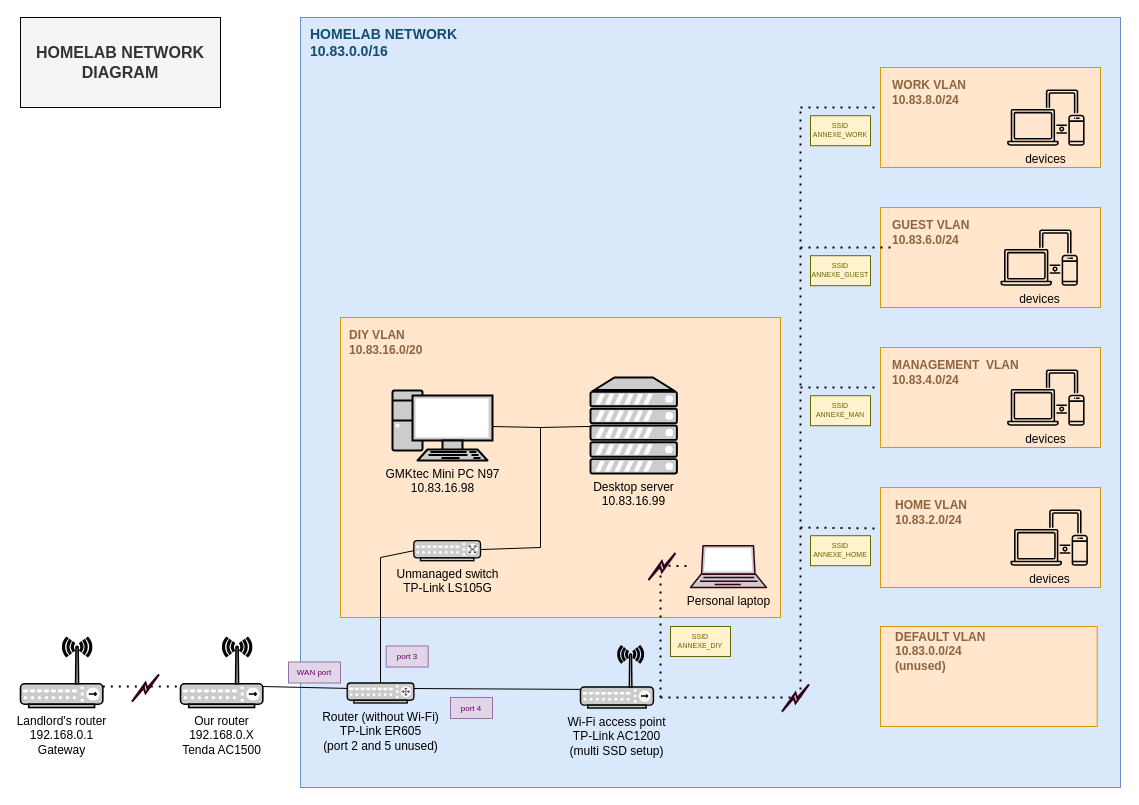
Earlier version of the draw.io diagram documentation/assets/gaborzeller-homelab-networkdiagram.drawio (GabrielDCelery/personal-homelab). Source tidied: cells renumbered, new cells numbered last; positions are measured from the earlier drawing's top-left corner, leaving out a move shared by most shapes. Both pictures are drawn from the tidied source at 100%, with x=0, y=0 at pixel (20, 17).
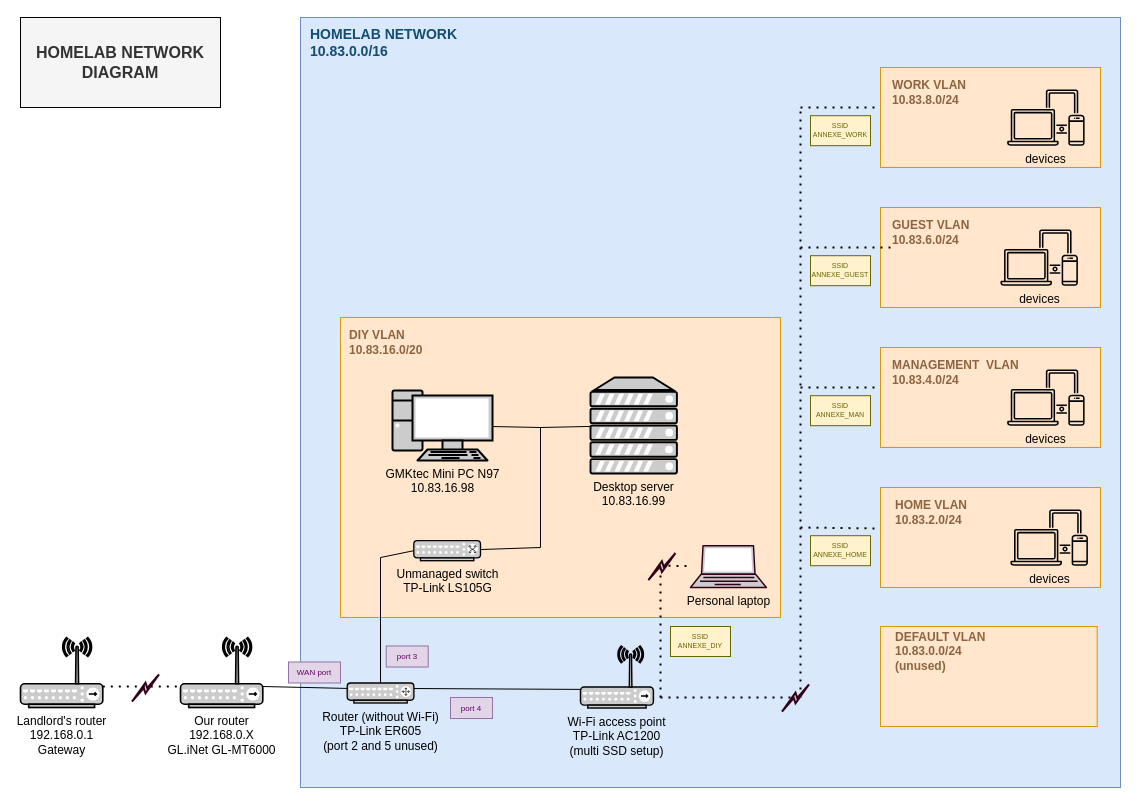
The same diagram, later.

Commit message (it also covers changes not shown here):
chore: homelab network diagram has been showing the Tenda router rather than the GL-MT6000

What changed in the source:
```diff
@@
-    <mxCell id="7" value="&lt;font style=&quot;color: rgb(0, 0, 0);&quot;&gt;Our router&lt;/font&gt;&lt;div&gt;&lt;font style=&quot;color: rgb(0, 0, 0);&quot;&gt;192.168.0.X&lt;/font&gt;&lt;/div&gt;&lt;div&gt;&lt;font style=&quot;color: rgb(0, 0, 0);&quot;&gt;Tenda AC1500&lt;/font&gt;&lt;/div&gt;" style="fontColor=#0066CC;verticalAlign=top;verticalLabelPosition=bottom;labelPosition=center;align=center;html=1;outlineConnect=0;fillColor=#CCCCCC;strokeColor=#000000;gradientColor=none;gradientDirection=north;strokeWidth=2;shape=mxgraph.networks.wireless_hub;" parent="1" vertex="1">
+    <mxCell id="7" value="&lt;font style=&quot;color: rgb(0, 0, 0);&quot;&gt;Our router&lt;/font&gt;&lt;div&gt;&lt;font style=&quot;color: rgb(0, 0, 0);&quot;&gt;192.168.0.X&lt;/font&gt;&lt;/div&gt;&lt;div&gt;&lt;font color=&quot;#000000&quot;&gt;GL.iNet GL-MT6000&lt;/font&gt;&lt;/div&gt;" style="fontColor=#0066CC;verticalAlign=top;verticalLabelPosition=bottom;labelPosition=center;align=center;html=1;outlineConnect=0;fillColor=#CCCCCC;strokeColor=#000000;gradientColor=none;gradientDirection=north;strokeWidth=2;shape=mxgraph.networks.wireless_hub;" parent="1" vertex="1">
       <mxGeometry x="160" y="620" width="82.3" height="70" as="geometry" />
     </mxCell>
```
